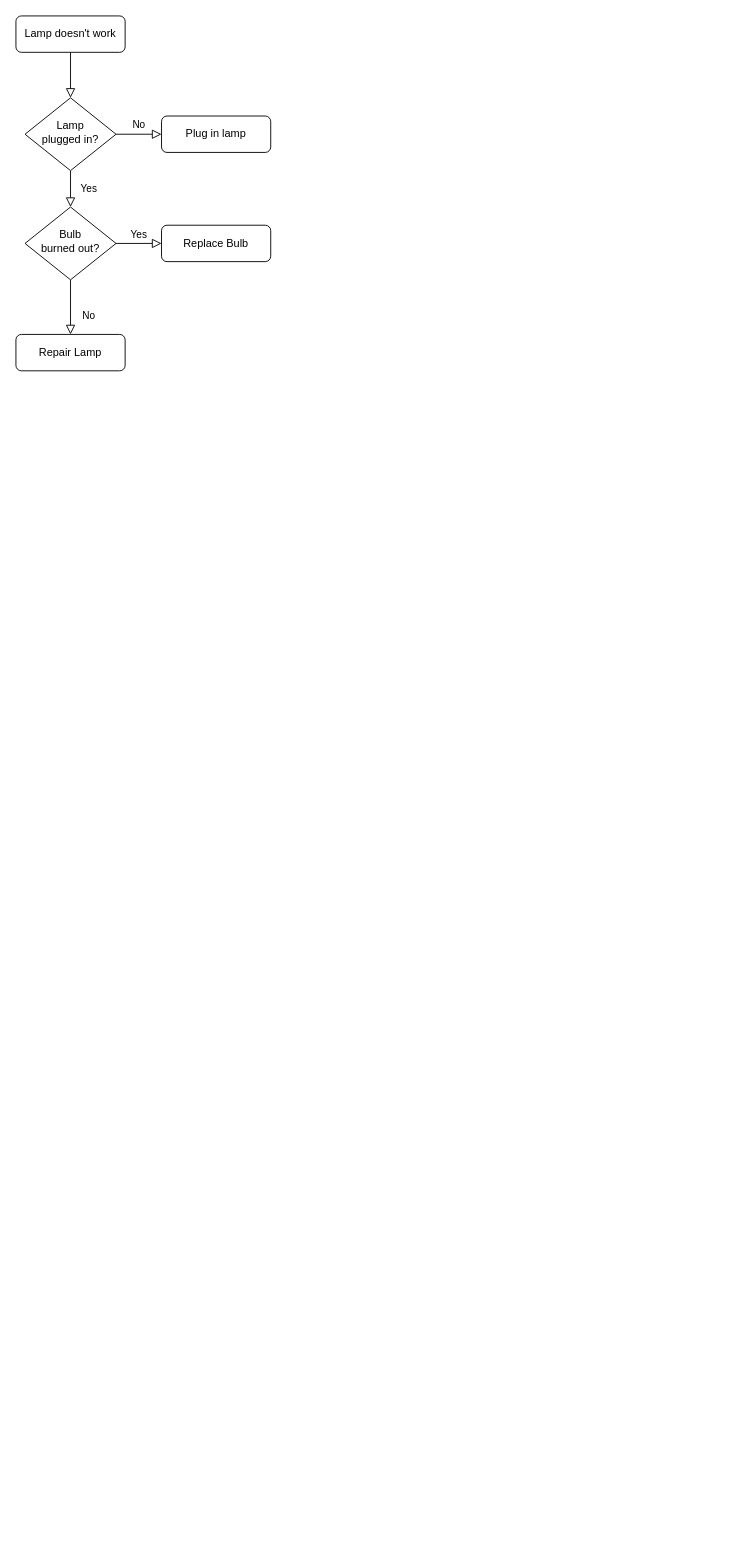
Before: 埋点流程.drawio in lihema/lihemahome, a draw.io diagram. Source tidied: cells renumbered, new cells numbered last; positions are measured from the earlier drawing's top-left corner, leaving out a move shared by most shapes. Both pictures are drawn from the tidied source at 91%, with x=0, y=0 at pixel (15, 15).
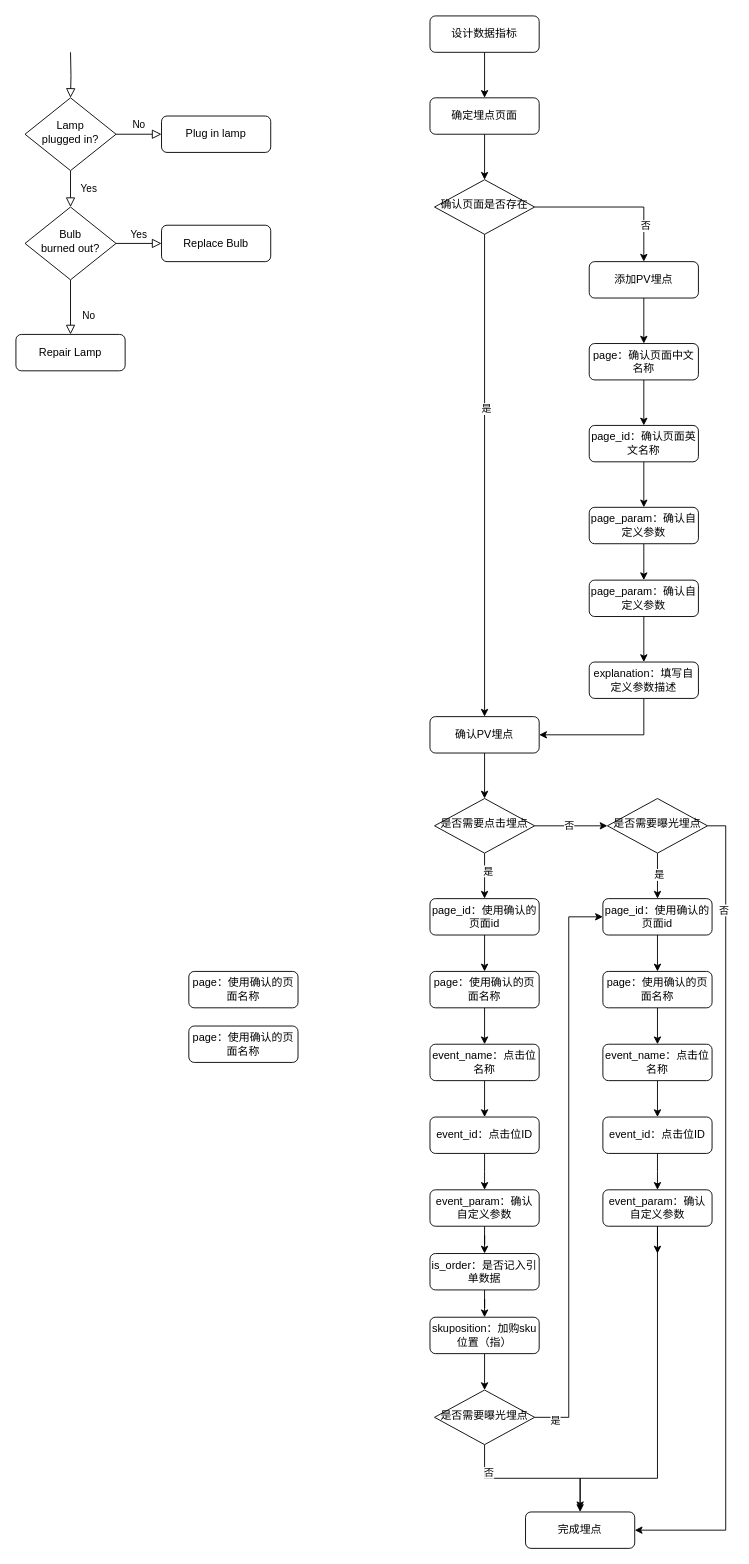
Above is the later version.

Commit message:
更新埋点流程.drawio

The change refers to these unchanged cells:
```xml
<mxCell id="6" value="Lamp&lt;br&gt;plugged in?" style="rhombus;whiteSpace=wrap;html=1;shadow=0;fontFamily=Helvetica;fontSize=12;align=center;strokeWidth=1;spacing=6;spacingTop=-4;" parent="1" vertex="1">
  <mxGeometry x="10" y="90" width="100" height="80" as="geometry" />
</mxCell>
```

Change to the diagram source:
```diff
@@
-    <mxCell id="2" style="rounded=0;html=1;jettySize=auto;fontSize=11;endArrow=block;endFill=0;endSize=8;strokeWidth=1;shadow=0;labelBackgroundColor=none;edgeStyle=orthogonalEdgeStyle;" parent="1" edge="1" source="3" target="6">
-      <mxGeometry relative="1" as="geometry" />
+    <mxCell id="2" style="rounded=0;html=1;jettySize=auto;fontSize=11;endArrow=block;endFill=0;endSize=8;strokeWidth=1;shadow=0;labelBackgroundColor=none;edgeStyle=orthogonalEdgeStyle;" parent="1" edge="1" target="6">
+      <mxGeometry relative="1" as="geometry">
+        <mxPoint x="60" y="40" as="sourcePoint" />
+      </mxGeometry>
     </mxCell>
-    <mxCell id="3" value="Lamp doesn't work" style="rounded=1;whiteSpace=wrap;html=1;fontSize=12;glass=0;strokeWidth=1;shadow=0;" parent="1" vertex="1">
-      <mxGeometry width="120" height="40" as="geometry" />
-    </mxCell>
@@
+    <mxCell id="13" style="edgeStyle=orthogonalEdgeStyle;rounded=0;jettySize=auto;html=1;" parent="1" edge="1" source="14" target="16">
+      <mxGeometry relative="1" as="geometry" />
+    </mxCell>
+    <mxCell id="14" value="设计数据指标" style="rounded=1;whiteSpace=wrap;html=1;fontSize=12;glass=0;strokeWidth=1;shadow=0;" parent="1" vertex="1">
+      <mxGeometry x="455" width="120" height="40" as="geometry" />
+    </mxCell>
+    <mxCell id="15" style="edgeStyle=orthogonalEdgeStyle;rounded=0;jettySize=auto;html=1;" parent="1" edge="1" source="16" target="21">
+      <mxGeometry relative="1" as="geometry" />
+    </mxCell>
+    <mxCell id="16" value="确定埋点页面" style="rounded=1;whiteSpace=wrap;html=1;fontSize=12;glass=0;strokeWidth=1;shadow=0;" parent="1" vertex="1">
+      <mxGeometry x="455" y="90" width="120" height="40" as="geometry" />
+    </mxCell>
+    <mxCell id="17" style="edgeStyle=orthogonalEdgeStyle;rounded=0;jettySize=auto;html=1;entryX=0.5;entryY=0;entryDx=0;entryDy=0;" parent="1" edge="1" source="21" target="23">
+      <mxGeometry relative="1" as="geometry" />
+    </mxCell>
+    <mxCell id="18" value="是" style="edgeLabel;html=1;align=center;verticalAlign=middle;" parent="17" vertex="1">
+      <mxGeometry x="-0.28" y="1" relative="1" as="geometry" />
+    </mxCell>
+    <mxCell id="19" style="edgeStyle=orthogonalEdgeStyle;rounded=0;jettySize=auto;html=1;entryX=0.5;entryY=0;entryDx=0;entryDy=0;" parent="1" edge="1" source="21" target="25">
+      <mxGeometry relative="1" as="geometry" />
+    </mxCell>
+    <mxCell id="20" value="否" style="edgeLabel;html=1;align=center;verticalAlign=middle;" parent="19" vertex="1">
+      <mxGeometry x="0.56" y="1" relative="1" as="geometry" />
+    </mxCell>
+    <mxCell id="21" value="确认页面是否存在" style="rhombus;whiteSpace=wrap;html=1;shadow=0;fontFamily=Helvetica;fontSize=12;align=center;strokeWidth=1;spacing=6;spacingTop=-4;" parent="1" vertex="1">
+      <mxGeometry x="460" y="180" width="110" height="60" as="geometry" />
+    </mxCell>
+    <mxCell id="22" style="edgeStyle=orthogonalEdgeStyle;rounded=0;jettySize=auto;html=1;entryX=0.5;entryY=0;entryDx=0;entryDy=0;" parent="1" edge="1" source="23" target="40">
+      <mxGeometry relative="1" as="geometry" />
+    </mxCell>
+    <mxCell id="23" value="确认PV埋点" style="rounded=1;whiteSpace=wrap;html=1;" parent="1" vertex="1">
+      <mxGeometry x="455" y="770" width="120" height="40" as="geometry" />
+    </mxCell>
+    <mxCell id="24" style="edgeStyle=orthogonalEdgeStyle;rounded=0;jettySize=auto;html=1;" parent="1" edge="1" source="25" target="27">
+      <mxGeometry relative="1" as="geometry" />
+    </mxCell>
+    <mxCell id="25" value="添加PV埋点" style="rounded=1;whiteSpace=wrap;html=1;" parent="1" vertex="1">
+      <mxGeometry x="630" y="270" width="120" height="40" as="geometry" />
+    </mxCell>
+    <mxCell id="26" style="edgeStyle=orthogonalEdgeStyle;rounded=0;jettySize=auto;html=1;" parent="1" edge="1" source="27" target="29">
+      <mxGeometry relative="1" as="geometry" />
+    </mxCell>
+    <mxCell id="27" value="page：确认页面中文名称" style="rounded=1;whiteSpace=wrap;html=1;" parent="1" vertex="1">
+      <mxGeometry x="630" y="360" width="120" height="40" as="geometry" />
+    </mxCell>
+    <mxCell id="28" style="edgeStyle=orthogonalEdgeStyle;rounded=0;jettySize=auto;html=1;" parent="1" edge="1" source="29" target="31">
+      <mxGeometry relative="1" as="geometry" />
+    </mxCell>
+    <mxCell id="29" value="page_id：确认页面英文名称" style="rounded=1;whiteSpace=wrap;html=1;" parent="1" vertex="1">
+      <mxGeometry x="630" y="450" width="120" height="40" as="geometry" />
+    </mxCell>
+    <mxCell id="30" style="edgeStyle=orthogonalEdgeStyle;rounded=0;jettySize=auto;html=1;" parent="1" edge="1" source="31" target="33">
+      <mxGeometry relative="1" as="geometry" />
+    </mxCell>
+    <mxCell id="31" value="page_param：确认自定义参数" style="rounded=1;whiteSpace=wrap;html=1;" parent="1" vertex="1">
+      <mxGeometry x="630" y="540" width="120" height="40" as="geometry" />
+    </mxCell>
+    <mxCell id="32" style="edgeStyle=orthogonalEdgeStyle;rounded=0;jettySize=auto;html=1;" parent="1" edge="1" source="33" target="35">
+      <mxGeometry relative="1" as="geometry" />
+    </mxCell>
+    <mxCell id="33" value="page_param：确认自定义参数" style="rounded=1;whiteSpace=wrap;html=1;" parent="1" vertex="1">
+      <mxGeometry x="630" y="620" width="120" height="40" as="geometry" />
+    </mxCell>
+    <mxCell id="34" style="edgeStyle=orthogonalEdgeStyle;rounded=0;jettySize=auto;html=1;entryX=1;entryY=0.5;entryDx=0;entryDy=0;exitX=0.5;exitY=1;exitDx=0;exitDy=0;" parent="1" edge="1" source="35" target="23">
+      <mxGeometry relative="1" as="geometry" />
+    </mxCell>
+    <mxCell id="35" value="&lt;span style=&quot;text-align: left&quot;&gt;explanation&lt;/span&gt;：填写自定义参数描述" style="rounded=1;whiteSpace=wrap;html=1;" parent="1" vertex="1">
+      <mxGeometry x="630" y="710" width="120" height="40" as="geometry" />
+    </mxCell>
+    <mxCell id="36" style="edgeStyle=orthogonalEdgeStyle;rounded=0;jettySize=auto;html=1;" parent="1" edge="1" source="40" target="47">
+      <mxGeometry relative="1" as="geometry" />
+    </mxCell>
+    <mxCell id="37" value="否" style="edgeLabel;html=1;align=center;verticalAlign=middle;" parent="36" vertex="1">
+      <mxGeometry x="-0.07" y="1" relative="1" as="geometry" />
+    </mxCell>
+    <mxCell id="38" style="edgeStyle=orthogonalEdgeStyle;rounded=0;jettySize=auto;html=1;entryX=0.5;entryY=0;entryDx=0;entryDy=0;" parent="1" edge="1" source="40" target="42">
+      <mxGeometry relative="1" as="geometry" />
+    </mxCell>
+    <mxCell id="39" value="是" style="edgeLabel;html=1;align=center;verticalAlign=middle;" parent="38" vertex="1">
+      <mxGeometry x="-0.24" y="3" relative="1" as="geometry" />
+    </mxCell>
+    <mxCell id="40" value="是否需要点击埋点" style="rhombus;whiteSpace=wrap;html=1;shadow=0;fontFamily=Helvetica;fontSize=12;align=center;strokeWidth=1;spacing=6;spacingTop=-4;" parent="1" vertex="1">
+      <mxGeometry x="460" y="860" width="110" height="60" as="geometry" />
+    </mxCell>
+    <mxCell id="41" style="edgeStyle=orthogonalEdgeStyle;rounded=0;jettySize=auto;html=1;" parent="1" edge="1" source="42" target="50">
+      <mxGeometry relative="1" as="geometry" />
+    </mxCell>
+    <mxCell id="42" value="page_id：使用确认的页面id" style="rounded=1;whiteSpace=wrap;html=1;" parent="1" vertex="1">
+      <mxGeometry x="455" y="970" width="120" height="40" as="geometry" />
+    </mxCell>
+    <mxCell id="43" style="edgeStyle=orthogonalEdgeStyle;rounded=0;jettySize=auto;html=1;" parent="1" edge="1" source="47" target="64">
+      <mxGeometry relative="1" as="geometry" />
+    </mxCell>
+    <mxCell id="44" value="是" style="edgeLabel;html=1;align=center;verticalAlign=middle;" parent="43" vertex="1">
+      <mxGeometry x="-0.08" y="1" relative="1" as="geometry" />
+    </mxCell>
+    <mxCell id="45" style="edgeStyle=orthogonalEdgeStyle;rounded=0;jettySize=auto;html=1;entryX=1;entryY=0.5;entryDx=0;entryDy=0;exitX=1;exitY=0.5;exitDx=0;exitDy=0;" parent="1" edge="1" source="47" target="48">
+      <mxGeometry relative="1" as="geometry" />
+    </mxCell>
+    <mxCell id="46" value="否" style="edgeLabel;html=1;align=center;verticalAlign=middle;" parent="45" vertex="1">
+      <mxGeometry x="-0.75" y="-3" relative="1" as="geometry" />
+    </mxCell>
+    <mxCell id="47" value="是否需要曝光埋点" style="rhombus;whiteSpace=wrap;html=1;shadow=0;fontFamily=Helvetica;fontSize=12;align=center;strokeWidth=1;spacing=6;spacingTop=-4;" parent="1" vertex="1">
+      <mxGeometry x="650" y="860" width="110" height="60" as="geometry" />
+    </mxCell>
+    <mxCell id="48" value="完成埋点" style="rounded=1;whiteSpace=wrap;html=1;" parent="1" vertex="1">
+      <mxGeometry x="560" y="1644" width="120" height="40" as="geometry" />
+    </mxCell>
+    <mxCell id="49" style="edgeStyle=orthogonalEdgeStyle;rounded=0;jettySize=auto;html=1;" parent="1" edge="1" source="50" target="54">
+      <mxGeometry relative="1" as="geometry" />
+    </mxCell>
+    <mxCell id="50" value="page：使用确认的页面名称" style="rounded=1;whiteSpace=wrap;html=1;" parent="1" vertex="1">
+      <mxGeometry x="455" y="1050" width="120" height="40" as="geometry" />
+    </mxCell>
+    <mxCell id="51" value="page：使用确认的页面名称" style="rounded=1;whiteSpace=wrap;html=1;" parent="1" vertex="1">
+      <mxGeometry x="190" y="1050" width="120" height="40" as="geometry" />
+    </mxCell>
+    <mxCell id="52" value="page：使用确认的页面名称" style="rounded=1;whiteSpace=wrap;html=1;" parent="1" vertex="1">
+      <mxGeometry x="190" y="1110" width="120" height="40" as="geometry" />
+    </mxCell>
+    <mxCell id="53" style="edgeStyle=orthogonalEdgeStyle;rounded=0;jettySize=auto;html=1;" parent="1" edge="1" source="54" target="56">
+      <mxGeometry relative="1" as="geometry" />
+    </mxCell>
+    <mxCell id="54" value="event_name：点击位名称" style="rounded=1;whiteSpace=wrap;html=1;" parent="1" vertex="1">
+      <mxGeometry x="455" y="1130" width="120" height="40" as="geometry" />
+    </mxCell>
+    <mxCell id="55" style="edgeStyle=orthogonalEdgeStyle;rounded=0;jettySize=auto;html=1;" parent="1" edge="1" source="56">
+      <mxGeometry relative="1" as="geometry">
+        <mxPoint x="515" y="1290" as="targetPoint" />
+      </mxGeometry>
+    </mxCell>
+    <mxCell id="56" value="event_id：点击位ID" style="rounded=1;whiteSpace=wrap;html=1;" parent="1" vertex="1">
+      <mxGeometry x="455" y="1210" width="120" height="40" as="geometry" />
+    </mxCell>
+    <mxCell id="57" style="edgeStyle=orthogonalEdgeStyle;rounded=0;jettySize=auto;html=1;" parent="1" edge="1" source="58" target="60">
+      <mxGeometry relative="1" as="geometry" />
+    </mxCell>
+    <mxCell id="58" value="is_order：是否记入引单数据" style="rounded=1;whiteSpace=wrap;html=1;" parent="1" vertex="1">
+      <mxGeometry x="455" y="1360" width="120" height="40" as="geometry" />
+    </mxCell>
+    <mxCell id="59" style="edgeStyle=orthogonalEdgeStyle;rounded=0;jettySize=auto;html=1;" parent="1" edge="1" source="60" target="78">
+      <mxGeometry relative="1" as="geometry" />
+    </mxCell>
+    <mxCell id="60" value="skuposition：加购sku位置（指）" style="rounded=1;whiteSpace=wrap;html=1;" parent="1" vertex="1">
+      <mxGeometry x="455" y="1430" width="120" height="40" as="geometry" />
+    </mxCell>
+    <mxCell id="61" style="edgeStyle=orthogonalEdgeStyle;rounded=0;jettySize=auto;html=1;" parent="1" edge="1" source="62" target="58">
+      <mxGeometry relative="1" as="geometry" />
+    </mxCell>
+    <mxCell id="62" value="event_param：确认自定义参数" style="rounded=1;whiteSpace=wrap;html=1;" parent="1" vertex="1">
+      <mxGeometry x="455" y="1290" width="120" height="40" as="geometry" />
+    </mxCell>
+    <mxCell id="63" style="edgeStyle=orthogonalEdgeStyle;rounded=0;jettySize=auto;html=1;" parent="1" edge="1" source="64" target="66">
+      <mxGeometry relative="1" as="geometry" />
+    </mxCell>
+    <mxCell id="64" value="page_id：使用确认的页面id" style="rounded=1;whiteSpace=wrap;html=1;" parent="1" vertex="1">
+      <mxGeometry x="645" y="970" width="120" height="40" as="geometry" />
+    </mxCell>
+    <mxCell id="65" style="edgeStyle=orthogonalEdgeStyle;rounded=0;jettySize=auto;html=1;" parent="1" edge="1" source="66" target="68">
+      <mxGeometry relative="1" as="geometry" />
+    </mxCell>
+    <mxCell id="66" value="page：使用确认的页面名称" style="rounded=1;whiteSpace=wrap;html=1;" parent="1" vertex="1">
+      <mxGeometry x="645" y="1050" width="120" height="40" as="geometry" />
+    </mxCell>
+    <mxCell id="67" style="edgeStyle=orthogonalEdgeStyle;rounded=0;jettySize=auto;html=1;" parent="1" edge="1" source="68" target="70">
+      <mxGeometry relative="1" as="geometry" />
+    </mxCell>
+    <mxCell id="68" value="event_name：点击位名称" style="rounded=1;whiteSpace=wrap;html=1;" parent="1" vertex="1">
+      <mxGeometry x="645" y="1130" width="120" height="40" as="geometry" />
+    </mxCell>
+    <mxCell id="69" style="edgeStyle=orthogonalEdgeStyle;rounded=0;jettySize=auto;html=1;" parent="1" edge="1" source="70">
+      <mxGeometry relative="1" as="geometry">
+        <mxPoint x="705" y="1290" as="targetPoint" />
+      </mxGeometry>
+    </mxCell>
+    <mxCell id="70" value="event_id：点击位ID" style="rounded=1;whiteSpace=wrap;html=1;" parent="1" vertex="1">
+      <mxGeometry x="645" y="1210" width="120" height="40" as="geometry" />
+    </mxCell>
+    <mxCell id="71" style="edgeStyle=orthogonalEdgeStyle;rounded=0;jettySize=auto;html=1;" parent="1" edge="1" source="73">
+      <mxGeometry relative="1" as="geometry">
+        <mxPoint x="705" y="1360" as="targetPoint" />
+      </mxGeometry>
+    </mxCell>
+    <mxCell id="72" style="edgeStyle=orthogonalEdgeStyle;rounded=0;orthogonalLoop=1;jettySize=auto;html=1;entryX=0.5;entryY=0;entryDx=0;entryDy=0;" parent="1" edge="1">
+      <mxGeometry relative="1" as="geometry">
+        <mxPoint x="705" y="1327" as="sourcePoint" />
+        <mxPoint x="620" y="1641" as="targetPoint" />
+        <Array as="points">
+          <mxPoint x="705" y="1607" />
+          <mxPoint x="620" y="1607" />
+        </Array>
+      </mxGeometry>
+    </mxCell>
+    <mxCell id="73" value="event_param：确认自定义参数" style="rounded=1;whiteSpace=wrap;html=1;" parent="1" vertex="1">
+      <mxGeometry x="645" y="1290" width="120" height="40" as="geometry" />
+    </mxCell>
+    <mxCell id="74" style="edgeStyle=orthogonalEdgeStyle;rounded=0;jettySize=auto;html=1;entryX=0;entryY=0.5;entryDx=0;entryDy=0;" parent="1" edge="1" source="78" target="64">
+      <mxGeometry relative="1" as="geometry" />
+    </mxCell>
+    <mxCell id="75" value="是" style="edgeLabel;html=1;align=center;verticalAlign=middle;" parent="74" vertex="1">
+      <mxGeometry x="-0.93" y="-3" relative="1" as="geometry" />
+    </mxCell>
+    <mxCell id="76" style="edgeStyle=orthogonalEdgeStyle;rounded=0;jettySize=auto;html=1;entryX=0.5;entryY=0;entryDx=0;entryDy=0;" parent="1" edge="1" source="78" target="48">
+      <mxGeometry relative="1" as="geometry" />
+    </mxCell>
+    <mxCell id="77" value="否" style="edgeLabel;html=1;align=center;verticalAlign=middle;" parent="76" vertex="1">
+      <mxGeometry x="-0.67" y="4" relative="1" as="geometry" />
+    </mxCell>
+    <mxCell id="78" value="是否需要曝光埋点" style="rhombus;whiteSpace=wrap;html=1;shadow=0;fontFamily=Helvetica;fontSize=12;align=center;strokeWidth=1;spacing=6;spacingTop=-4;" parent="1" vertex="1">
+      <mxGeometry x="460" y="1510" width="110" height="60" as="geometry" />
+    </mxCell>
```
